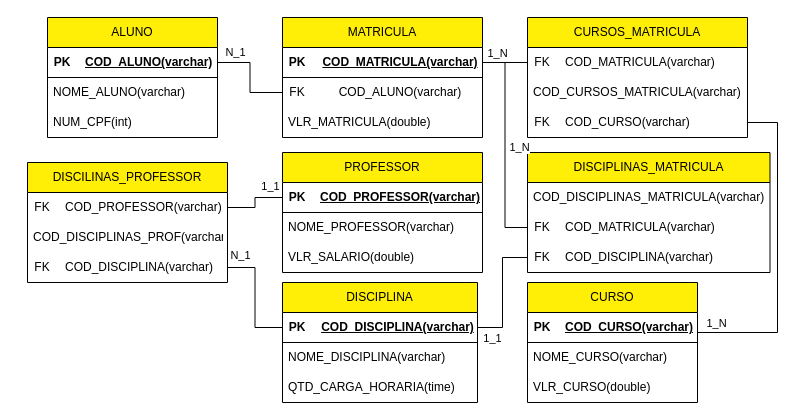
The draw.io diagram Livraria/matricula.drawio in NicolasKevin2/BD, before the edit. Source tidied: cells renumbered, new cells numbered last; positions are measured from the earlier drawing's top-left corner, leaving out a move shared by most shapes. Both pictures are drawn from the tidied source at 100%, with x=0, y=0 at pixel (27, 17).
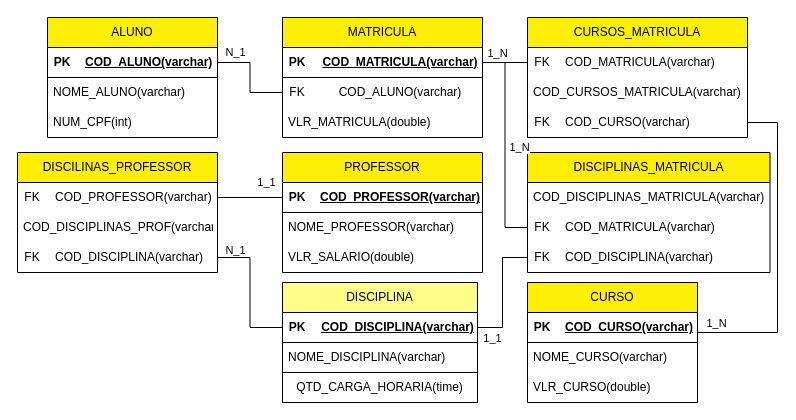
The same diagram, later.

Unchanged cells that the change refers to:
```xml
<mxCell id="4" style="shape=tableRow;horizontal=0;startSize=0;swimlaneHead=0;swimlaneBody=0;fillColor=none;points=[[0,0.5],[1,0.5]];portConstraint=eastwest;top=0;left=0;right=0;bottom=1;" parent="3" vertex="1">
  <mxGeometry width="170" height="30" as="geometry" />
</mxCell>
<mxCell id="36" style="shape=tableRow;horizontal=0;startSize=0;swimlaneHead=0;swimlaneBody=0;fillColor=none;points=[[0,0.5],[1,0.5]];portConstraint=eastwest;top=0;left=0;right=0;bottom=0;align=center;" parent="35" vertex="1">
  <mxGeometry width="200" height="30" as="geometry" />
</mxCell>
```

The edit, as a diff of the source:
```diff
@@
-    <mxCell id="16" value="DISCIPLINA" style="swimlane;fontStyle=0;horizontal=1;startSize=30;whiteSpace=wrap;html=1;fillColor=#FFEE05;align=center;" parent="1" vertex="1">
+    <mxCell id="16" value="DISCIPLINA" style="swimlane;fontStyle=0;horizontal=1;startSize=30;whiteSpace=wrap;html=1;align=center;fillColor=#ffff88;strokeColor=default;gradientColor=none;swimlaneFillColor=none;rounded=0;shadow=0;glass=0;" parent="1" vertex="1">
       <mxGeometry x="255" y="265" width="195" height="120" as="geometry" />
     </mxCell>
@@
-    <mxCell id="22" value="QTD_CARGA_HORARIA(time)" style="text;strokeColor=none;fillColor=none;align=left;verticalAlign=middle;spacingLeft=4;spacingRight=4;overflow=hidden;whiteSpace=wrap;html=1;" parent="16" vertex="1">
+    <mxCell id="22" value="QTD_CARGA_HORARIA(time)" style="text;strokeColor=default;fillColor=default;align=center;verticalAlign=middle;spacingLeft=4;spacingRight=4;overflow=hidden;labelPosition=center;verticalLabelPosition=middle;horizontal=1;whiteSpace=wrap;html=1;" parent="16" vertex="1">
       <mxGeometry y="90" width="195" height="30" as="geometry" />
     </mxCell>
@@
-    <mxCell id="40" style="endArrow=none;html=1;rounded=0;edgeStyle=orthogonalEdgeStyle;align=center;" parent="1" edge="1" source="4" target="36">
+    <mxCell id="40" style="endArrow=none;html=1;rounded=0;edgeStyle=orthogonalEdgeStyle;align=center;startArrow=none;startFill=0;" parent="1" edge="1" source="4" target="36">
       <mxGeometry relative="1" as="geometry" />
     </mxCell>
@@
     <mxCell id="44" value="DISCILINAS_PROFESSOR" style="swimlane;fontStyle=0;horizontal=1;startSize=30;whiteSpace=wrap;html=1;fillColor=#FFEE05;" parent="1" vertex="1">
-      <mxGeometry y="145" width="200" height="120" as="geometry" />
+      <mxGeometry x="-10" y="135" width="200" height="120" as="geometry" />
     </mxCell>
```
